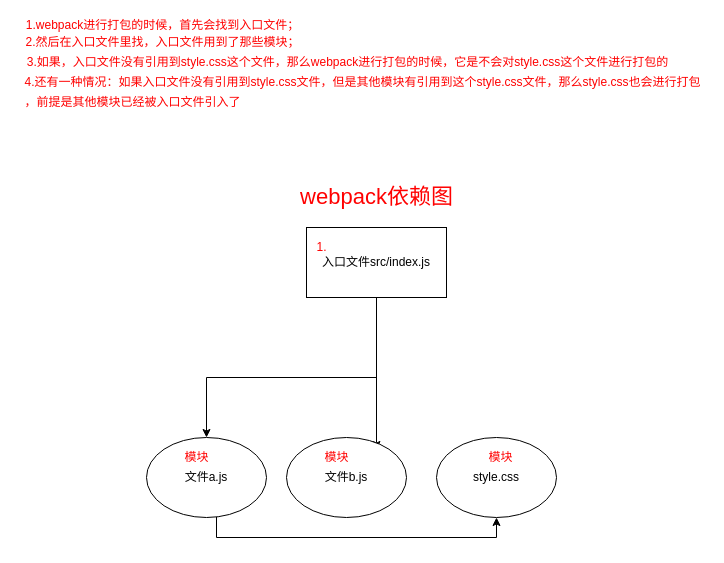
PrivateCodeWorld/learning-notes keeps this draw.io diagram as 前端学习思维导图/未命名绘图.drawio. Above is the earlier version. Source tidied: cells renumbered, new cells numbered last; positions are measured from the earlier drawing's top-left corner, leaving out a move shared by most shapes. Both pictures are drawn from the tidied source at 100%, with x=0, y=0 at pixel (17, 17).
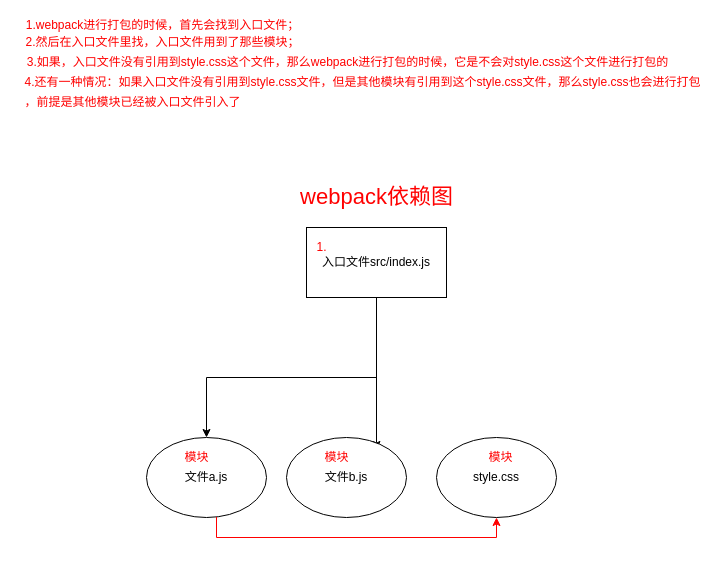
Above is the later version.

Unchanged cells that the change refers to:
```xml
<mxCell id="2" style="group;" parent="1" vertex="1">
  <mxGeometry x="129" y="170" width="410" height="350" as="geometry" />
</mxCell>
<mxCell id="5" value="文件a.js" style="ellipse;whiteSpace=wrap;html=1;" parent="2" vertex="1">
  <mxGeometry y="250" width="120" height="80" as="geometry" />
</mxCell>
<mxCell id="8" value="style.css" style="ellipse;whiteSpace=wrap;html=1;" parent="2" vertex="1">
  <mxGeometry x="290" y="250" width="120" height="80" as="geometry" />
</mxCell>
```

The edit, as a diff of the source:
```diff
@@
-    <mxCell id="9" style="edgeStyle=orthogonalEdgeStyle;rounded=0;jettySize=auto;html=1;entryX=0.5;entryY=1;entryDx=0;entryDy=0;" parent="2" edge="1" source="5" target="8">
+    <mxCell id="9" style="edgeStyle=orthogonalEdgeStyle;rounded=0;jettySize=auto;html=1;entryX=0.5;entryY=1;entryDx=0;entryDy=0;strokeColor=#FF0000;" parent="2" edge="1" source="5" target="8">
       <mxGeometry relative="1" as="geometry">
         <Array as="points">
           <mxPoint x="70" y="350" />
           <mxPoint x="350" y="350" />
         </Array>
       </mxGeometry>
     </mxCell>
```
